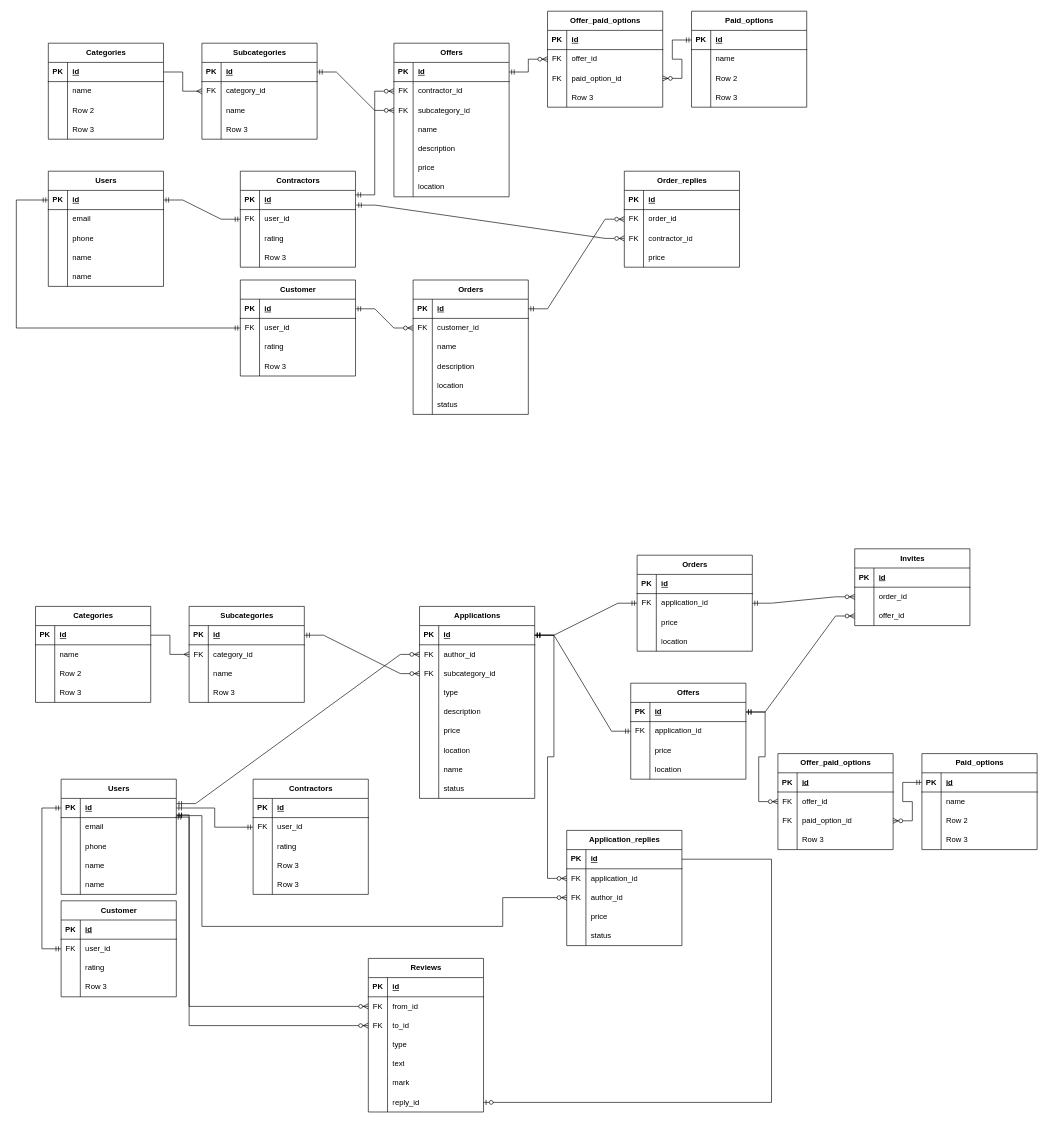
ki1it/draw_io keeps this draw.io diagram as Untitled Diagram.drawio. Above is the earlier version. Source tidied: cells renumbered, new cells numbered last; positions are measured from the earlier drawing's top-left corner, leaving out a move shared by most shapes. Both pictures are drawn from the tidied source at 64%, with x=0, y=0 at pixel (16, 11).
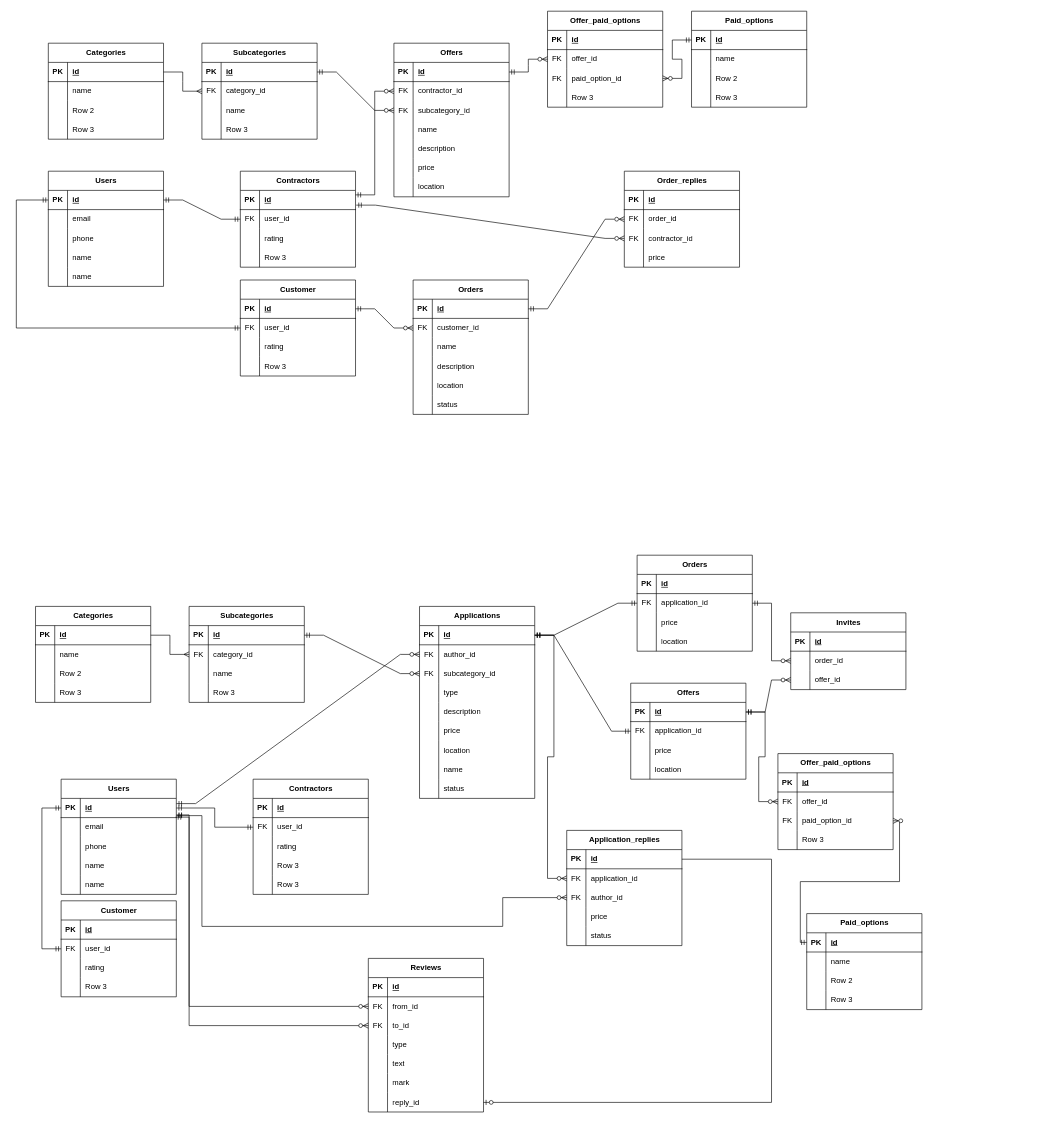
Above is the later version.

Unchanged cells that the change refers to:
```xml
<mxCell id="348" style="shape=tableRow;horizontal=0;startSize=0;swimlaneHead=0;swimlaneBody=0;fillColor=none;points=[[0,0.5],[1,0.5]];portConstraint=eastwest;top=0;left=0;right=0;bottom=1;" parent="347" vertex="1">
  <mxGeometry y="30" width="180" height="30" as="geometry" />
</mxCell>
<mxCell id="367" style="shape=tableRow;horizontal=0;startSize=0;swimlaneHead=0;swimlaneBody=0;fillColor=none;points=[[0,0.5],[1,0.5]];portConstraint=eastwest;top=0;left=0;right=0;bottom=0;" parent="360" vertex="1">
  <mxGeometry y="90" width="180" height="30" as="geometry" />
</mxCell>
```

Change to the diagram source:
```diff
@@
     <mxCell id="335" value="Invites" style="shape=table;startSize=30;childLayout=tableLayout;rowLines=0;fontStyle=1;align=center;html=1;" parent="1" vertex="1">
-      <mxGeometry x="1310" y="840" width="180" height="120" as="geometry" />
+      <mxGeometry x="1210" y="940" width="180" height="120" as="geometry" />
     </mxCell>
@@
     <mxCell id="347" value="Paid_options" style="shape=table;startSize=30;childLayout=tableLayout;rowLines=0;fontStyle=1;align=center;html=1;" parent="1" vertex="1">
-      <mxGeometry x="1415" y="1160" width="180" height="150" as="geometry" />
+      <mxGeometry x="1235" y="1410" width="180" height="150" as="geometry" />
     </mxCell>
@@
-    <mxCell id="373" style="edgeStyle=entityRelationEdgeStyle;fontSize=12;html=1;endArrow=ERzeroToMany;startArrow=ERmandOne;rounded=0;exitX=0;exitY=0.5;exitDx=0;exitDy=0;entryX=1;entryY=0.5;entryDx=0;entryDy=0;" parent="1" edge="1" source="348" target="367">
+    <mxCell id="373" style="edgeStyle=orthogonalEdgeStyle;fontSize=12;html=1;endArrow=ERzeroToMany;startArrow=ERmandOne;rounded=0;exitX=0;exitY=0.5;exitDx=0;exitDy=0;entryX=1;entryY=0.5;entryDx=0;entryDy=0;" parent="1" edge="1" source="348" target="367">
       <mxGeometry relative="1" as="geometry" />
     </mxCell>
```
